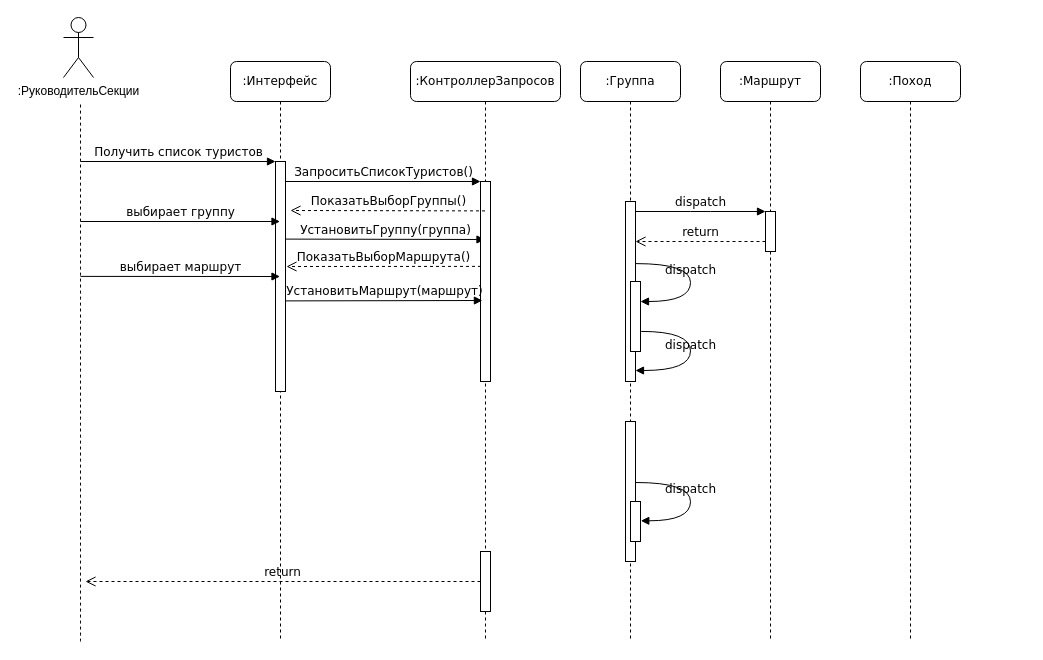
Above: ais/lab06/lab06.drawio in grigorijtomczuk/suai (draw.io), before the change. Source tidied: cells renumbered, new cells numbered last; positions are measured from the earlier drawing's top-left corner, leaving out a move shared by most shapes. Both pictures are drawn from the tidied source at 100%, with x=0, y=0 at pixel (63, 17).
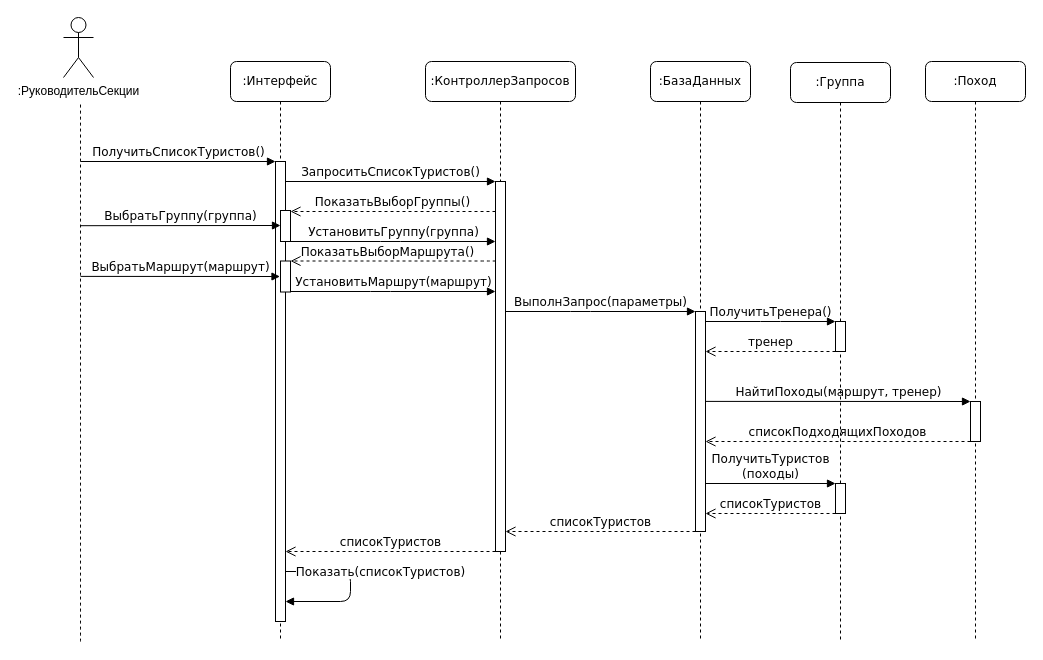
The same diagram, later.

The change refers to these unchanged cells:
```xml
<mxCell id="2" value=":Интерфейс" style="shape=umlLifeline;perimeter=lifelinePerimeter;whiteSpace=wrap;html=1;rounded=1;shadow=0;comic=0;labelBackgroundColor=none;strokeWidth=1;fontFamily=Verdana;fontSize=12;align=center;" parent="1" vertex="1">
  <mxGeometry x="167" y="44" width="100" height="580" as="geometry" />
</mxCell>
```

Change to the diagram source:
```diff
@@
     <mxCell id="3" style="html=1;points=[];perimeter=orthogonalPerimeter;rounded=0;shadow=0;comic=0;labelBackgroundColor=none;strokeWidth=1;fontFamily=Verdana;fontSize=12;align=center;" parent="2" vertex="1">
-      <mxGeometry x="45" y="100" width="10" height="230" as="geometry" />
+      <mxGeometry x="45" y="100" width="10" height="460" as="geometry" />
     </mxCell>
-    <mxCell id="4" value="УстановитьГруппу(группа)" style="html=1;verticalAlign=bottom;endArrow=block;labelBackgroundColor=none;fontFamily=Verdana;fontSize=12;edgeStyle=elbowEdgeStyle;elbow=vertical;" parent="2" edge="1">
-      <mxGeometry relative="1" as="geometry">
-        <mxPoint x="55" y="177.6" as="sourcePoint" />
-        <mxPoint x="254.5" y="177.8" as="targetPoint" />
-      </mxGeometry>
-    </mxCell>
+    <mxCell id="31" style="html=1;points=[];perimeter=orthogonalPerimeter;rounded=0;shadow=0;comic=0;labelBackgroundColor=none;strokeWidth=1;fontFamily=Verdana;fontSize=12;align=center;" parent="2" vertex="1">
+      <mxGeometry x="50" y="149" width="10" height="31" as="geometry" />
+    </mxCell>
+    <mxCell id="32" style="html=1;points=[];perimeter=orthogonalPerimeter;rounded=0;shadow=0;comic=0;labelBackgroundColor=none;strokeWidth=1;fontFamily=Verdana;fontSize=12;align=center;" parent="2" vertex="1">
+      <mxGeometry x="50" y="199.5" width="10" height="31" as="geometry" />
+    </mxCell>
+    <mxCell id="30" value="ПоказатьВыборМаршрута()" style="html=1;verticalAlign=bottom;endArrow=open;dashed=1;endSize=8;labelBackgroundColor=none;fontFamily=Verdana;fontSize=12;edgeStyle=elbowEdgeStyle;elbow=vertical;" parent="2" edge="1" source="6">
+      <mxGeometry x="0.05" relative="1" as="geometry">
+        <mxPoint x="60" y="199.5" as="targetPoint" />
+        <Array as="points">
+          <mxPoint x="260" y="199.5" />
+        </Array>
+      </mxGeometry>
+    </mxCell>
+    <mxCell id="26" value="ВыбратьГруппу(группа)" style="html=1;verticalAlign=bottom;endArrow=block;labelBackgroundColor=none;fontFamily=Verdana;fontSize=12;edgeStyle=elbowEdgeStyle;elbow=vertical;" parent="2" edge="1">
+      <mxGeometry relative="1" as="geometry">
+        <mxPoint x="-149.5" y="164.2" as="sourcePoint" />
+        <mxPoint x="50" y="164.4" as="targetPoint" />
+      </mxGeometry>
+    </mxCell>
     <mxCell id="5" value=":КонтроллерЗапросов" style="shape=umlLifeline;perimeter=lifelinePerimeter;whiteSpace=wrap;html=1;rounded=1;shadow=0;comic=0;labelBackgroundColor=none;strokeWidth=1;fontFamily=Verdana;fontSize=12;align=center;" parent="1" vertex="1">
-      <mxGeometry x="347" y="44" width="150" height="580" as="geometry" />
+      <mxGeometry x="362" y="44" width="150" height="580" as="geometry" />
     </mxCell>
     <mxCell id="6" style="html=1;points=[];perimeter=orthogonalPerimeter;rounded=0;shadow=0;comic=0;labelBackgroundColor=none;strokeWidth=1;fontFamily=Verdana;fontSize=12;align=center;" parent="5" vertex="1">
-      <mxGeometry x="70" y="120" width="10" height="200" as="geometry" />
+      <mxGeometry x="70" y="120" width="10" height="370" as="geometry" />
     </mxCell>
-    <mxCell id="7" style="html=1;points=[];perimeter=orthogonalPerimeter;rounded=0;shadow=0;comic=0;labelBackgroundColor=none;strokeWidth=1;fontFamily=Verdana;fontSize=12;align=center;" parent="5" vertex="1">
-      <mxGeometry x="70" y="490" width="10" height="60" as="geometry" />
-    </mxCell>
+    <mxCell id="16" value="списокТуристов" style="html=1;verticalAlign=bottom;endArrow=open;dashed=1;endSize=8;labelBackgroundColor=none;fontFamily=Verdana;fontSize=12;edgeStyle=elbowEdgeStyle;elbow=vertical;" parent="5" edge="1">
+      <mxGeometry relative="1" as="geometry">
+        <mxPoint x="70" y="490" as="sourcePoint" />
+        <mxPoint x="-140" y="490" as="targetPoint" />
+        <Array as="points">
+          <mxPoint x="-85" y="490" />
+        </Array>
+      </mxGeometry>
+    </mxCell>
     <mxCell id="8" value=":Группа" style="shape=umlLifeline;perimeter=lifelinePerimeter;whiteSpace=wrap;html=1;rounded=1;shadow=0;comic=0;labelBackgroundColor=none;strokeWidth=1;fontFamily=Verdana;fontSize=12;align=center;" parent="1" vertex="1">
-      <mxGeometry x="517" y="44" width="100" height="580" as="geometry" />
+      <mxGeometry x="727" y="45" width="100" height="580" as="geometry" />
     </mxCell>
-    <mxCell id="9" value=":Маршрут" style="shape=umlLifeline;perimeter=lifelinePerimeter;whiteSpace=wrap;html=1;rounded=1;shadow=0;comic=0;labelBackgroundColor=none;strokeWidth=1;fontFamily=Verdana;fontSize=12;align=center;" parent="1" vertex="1">
-      <mxGeometry x="657" y="44" width="100" height="580" as="geometry" />
-    </mxCell>
+    <mxCell id="33" style="html=1;points=[];perimeter=orthogonalPerimeter;rounded=0;shadow=0;comic=0;labelBackgroundColor=none;strokeWidth=1;fontFamily=Verdana;fontSize=12;align=center;" parent="8" vertex="1">
+      <mxGeometry x="45" y="421" width="10" height="30" as="geometry" />
+    </mxCell>
+    <mxCell id="34" value="списокТуристов" style="html=1;verticalAlign=bottom;endArrow=open;dashed=1;endSize=8;labelBackgroundColor=none;fontFamily=Verdana;fontSize=12;elbow=vertical;" parent="8" edge="1">
+      <mxGeometry relative="1" as="geometry">
+        <mxPoint x="45" y="451" as="sourcePoint" />
+        <mxPoint x="-85" y="451" as="targetPoint" />
+      </mxGeometry>
+    </mxCell>
     <mxCell id="10" value=":Поход" style="shape=umlLifeline;perimeter=lifelinePerimeter;whiteSpace=wrap;html=1;rounded=1;shadow=0;comic=0;labelBackgroundColor=none;strokeWidth=1;fontFamily=Verdana;fontSize=12;align=center;" parent="1" vertex="1">
-      <mxGeometry x="797" y="44" width="100" height="580" as="geometry" />
+      <mxGeometry x="862" y="44" width="100" height="580" as="geometry" />
     </mxCell>
+    <mxCell id="35" style="html=1;points=[];perimeter=orthogonalPerimeter;rounded=0;shadow=0;comic=0;labelBackgroundColor=none;strokeWidth=1;fontFamily=Verdana;fontSize=12;align=center;" parent="10" vertex="1">
+      <mxGeometry x="45" y="340" width="10" height="40" as="geometry" />
+    </mxCell>
+    <mxCell id="17" value="ПолучитьСписокТуристов()" style="html=1;verticalAlign=bottom;endArrow=block;entryX=0;entryY=0;labelBackgroundColor=none;fontFamily=Verdana;fontSize=12;edgeStyle=elbowEdgeStyle;elbow=vertical;" parent="1" edge="1" target="3">
+      <mxGeometry relative="1" as="geometry">
+        <mxPoint x="17" y="144" as="sourcePoint" />
+      </mxGeometry>
+    </mxCell>
+    <mxCell id="18" value="ЗапроситьСписокТуристов()" style="html=1;verticalAlign=bottom;endArrow=block;entryX=0;entryY=0;labelBackgroundColor=none;fontFamily=Verdana;fontSize=12;edgeStyle=elbowEdgeStyle;elbow=vertical;" parent="1" edge="1" source="3" target="6">
+      <mxGeometry relative="1" as="geometry" />
+    </mxCell>
+    <mxCell id="24" value=":РуководительСекции" style="shape=umlActor;verticalLabelPosition=bottom;verticalAlign=top;html=1;" parent="1" vertex="1">
+      <mxGeometry width="30" height="60" as="geometry" />
+    </mxCell>
+    <mxCell id="25" style="endArrow=none;dashed=1;html=1;rounded=0;fontSize=12;startSize=8;endSize=8;curved=1;" parent="1" edge="1">
+      <mxGeometry relative="1" as="geometry">
+        <mxPoint x="17" y="624" as="sourcePoint" />
+        <mxPoint x="17" y="84" as="targetPoint" />
+      </mxGeometry>
+    </mxCell>
+    <mxCell id="27" value="ВыбратьМаршрут(маршрут)" style="html=1;verticalAlign=bottom;endArrow=block;labelBackgroundColor=none;fontFamily=Verdana;fontSize=12;edgeStyle=elbowEdgeStyle;elbow=vertical;" parent="1" edge="1">
+      <mxGeometry relative="1" as="geometry">
+        <mxPoint x="17" y="258.9" as="sourcePoint" />
+        <mxPoint x="216.5" y="258.8" as="targetPoint" />
+      </mxGeometry>
+    </mxCell>
+    <mxCell id="28" value="УстановитьМаршрут(маршрут)" style="html=1;verticalAlign=bottom;endArrow=block;labelBackgroundColor=none;fontFamily=Verdana;fontSize=12;edgeStyle=elbowEdgeStyle;elbow=vertical;" parent="1" edge="1" source="32" target="6">
+      <mxGeometry relative="1" as="geometry">
+        <Array as="points">
+          <mxPoint x="317" y="274" />
+        </Array>
+      </mxGeometry>
+    </mxCell>
+    <mxCell id="29" value="ПоказатьВыборГруппы()" style="html=1;verticalAlign=bottom;endArrow=open;dashed=1;endSize=8;labelBackgroundColor=none;fontFamily=Verdana;fontSize=12;edgeStyle=elbowEdgeStyle;elbow=vertical;" parent="1" edge="1" source="6" target="31">
+      <mxGeometry relative="1" as="geometry">
+        <Array as="points">
+          <mxPoint x="317" y="194" />
+        </Array>
+      </mxGeometry>
+    </mxCell>
+    <mxCell id="36" value=":БазаДанных" style="shape=umlLifeline;perimeter=lifelinePerimeter;whiteSpace=wrap;html=1;rounded=1;shadow=0;comic=0;labelBackgroundColor=none;strokeWidth=1;fontFamily=Verdana;fontSize=12;align=center;" parent="1" vertex="1">
+      <mxGeometry x="587" y="44" width="100" height="580" as="geometry" />
+    </mxCell>
+    <mxCell id="4" value="УстановитьГруппу(группа)" style="html=1;verticalAlign=bottom;endArrow=block;labelBackgroundColor=none;fontFamily=Verdana;fontSize=12;edgeStyle=elbowEdgeStyle;elbow=vertical;" parent="1" edge="1" source="31" target="6">
+      <mxGeometry relative="1" as="geometry">
+        <Array as="points">
+          <mxPoint x="327" y="224" />
+        </Array>
+      </mxGeometry>
+    </mxCell>
     <mxCell id="11" style="html=1;points=[];perimeter=orthogonalPerimeter;rounded=0;shadow=0;comic=0;labelBackgroundColor=none;strokeWidth=1;fontFamily=Verdana;fontSize=12;align=center;" parent="1" vertex="1">
-      <mxGeometry x="562" y="184" width="10" height="180" as="geometry" />
+      <mxGeometry x="632" y="294" width="10" height="220" as="geometry" />
     </mxCell>
     <mxCell id="12" style="html=1;points=[];perimeter=orthogonalPerimeter;rounded=0;shadow=0;comic=0;labelBackgroundColor=none;strokeWidth=1;fontFamily=Verdana;fontSize=12;align=center;" parent="1" vertex="1">
-      <mxGeometry x="702" y="194" width="10" height="40" as="geometry" />
+      <mxGeometry x="772" y="304" width="10" height="30" as="geometry" />
     </mxCell>
-    <mxCell id="13" value="dispatch" style="html=1;verticalAlign=bottom;endArrow=block;entryX=0;entryY=0;labelBackgroundColor=none;fontFamily=Verdana;fontSize=12;edgeStyle=elbowEdgeStyle;elbow=vertical;" parent="1" edge="1" source="11" target="12">
+    <mxCell id="13" value="ПолучитьТренера()" style="html=1;verticalAlign=bottom;endArrow=block;entryX=0;entryY=0;labelBackgroundColor=none;fontFamily=Verdana;fontSize=12;edgeStyle=elbowEdgeStyle;elbow=vertical;" parent="1" edge="1" source="11" target="12">
       <mxGeometry relative="1" as="geometry" />
     </mxCell>
-    <mxCell id="14" value="return" style="html=1;verticalAlign=bottom;endArrow=open;dashed=1;endSize=8;labelBackgroundColor=none;fontFamily=Verdana;fontSize=12;edgeStyle=elbowEdgeStyle;elbow=vertical;" parent="1" edge="1" source="12" target="11">
+    <mxCell id="14" value="тренер" style="html=1;verticalAlign=bottom;endArrow=open;dashed=1;endSize=8;labelBackgroundColor=none;fontFamily=Verdana;fontSize=12;edgeStyle=elbowEdgeStyle;elbow=vertical;" parent="1" edge="1" source="12" target="11">
       <mxGeometry relative="1" as="geometry">
         <Array as="points">
-          <mxPoint x="647" y="224" />
-          <mxPoint x="677" y="224" />
+          <mxPoint x="717" y="334" />
+          <mxPoint x="747" y="334" />
         </Array>
       </mxGeometry>
     </mxCell>
-    <mxCell id="15" style="html=1;perimeter=orthogonalPerimeter;rounded=0;shadow=0;comic=0;labelBackgroundColor=none;strokeWidth=1;fontFamily=Verdana;fontSize=12;align=center;" parent="1" vertex="1">
-      <mxGeometry x="562" y="404" width="10" height="140" as="geometry" />
-    </mxCell>
-    <mxCell id="16" value="return" style="html=1;verticalAlign=bottom;endArrow=open;dashed=1;endSize=8;labelBackgroundColor=none;fontFamily=Verdana;fontSize=12;edgeStyle=elbowEdgeStyle;elbow=vertical;" parent="1" edge="1" source="7">
-      <mxGeometry relative="1" as="geometry">
-        <mxPoint x="22" y="564" as="targetPoint" />
-      </mxGeometry>
-    </mxCell>
-    <mxCell id="17" value="Получить список туристов" style="html=1;verticalAlign=bottom;endArrow=block;entryX=0;entryY=0;labelBackgroundColor=none;fontFamily=Verdana;fontSize=12;edgeStyle=elbowEdgeStyle;elbow=vertical;" parent="1" edge="1" target="3">
-      <mxGeometry relative="1" as="geometry">
-        <mxPoint x="17" y="144" as="sourcePoint" />
-      </mxGeometry>
-    </mxCell>
-    <mxCell id="18" value="ЗапроситьСписокТуристов()" style="html=1;verticalAlign=bottom;endArrow=block;entryX=0;entryY=0;labelBackgroundColor=none;fontFamily=Verdana;fontSize=12;edgeStyle=elbowEdgeStyle;elbow=vertical;" parent="1" edge="1" source="3" target="6">
-      <mxGeometry relative="1" as="geometry" />
-    </mxCell>
-    <mxCell id="19" style="html=1;points=[];perimeter=orthogonalPerimeter;rounded=0;shadow=0;comic=0;labelBackgroundColor=none;strokeWidth=1;fontFamily=Verdana;fontSize=12;align=center;" parent="1" vertex="1">
-      <mxGeometry x="567" y="264" width="10" height="70" as="geometry" />
-    </mxCell>
-    <mxCell id="20" value="dispatch" style="html=1;verticalAlign=bottom;endArrow=block;labelBackgroundColor=none;fontFamily=Verdana;fontSize=12;elbow=vertical;edgeStyle=orthogonalEdgeStyle;curved=1;entryX=1;entryY=0.286;entryPerimeter=0;exitX=1.038;exitY=0.345;exitPerimeter=0;" parent="1" edge="1" source="11" target="19">
-      <mxGeometry relative="1" as="geometry">
-        <Array as="points">
-          <mxPoint x="627" y="246" />
-          <mxPoint x="627" y="284" />
-        </Array>
-      </mxGeometry>
-    </mxCell>
-    <mxCell id="21" value="dispatch" style="html=1;verticalAlign=bottom;endArrow=block;labelBackgroundColor=none;fontFamily=Verdana;fontSize=12;elbow=vertical;edgeStyle=orthogonalEdgeStyle;curved=1;exitX=1.066;exitY=0.713;exitPerimeter=0;" parent="1" edge="1" source="19">
-      <mxGeometry relative="1" as="geometry">
-        <mxPoint x="572" y="353" as="targetPoint" />
-        <Array as="points">
-          <mxPoint x="627" y="314" />
-          <mxPoint x="627" y="353" />
-        </Array>
-      </mxGeometry>
-    </mxCell>
-    <mxCell id="22" style="html=1;perimeter=orthogonalPerimeter;rounded=0;shadow=0;comic=0;labelBackgroundColor=none;strokeWidth=1;fontFamily=Verdana;fontSize=12;align=center;" parent="1" vertex="1">
-      <mxGeometry x="567" y="484" width="10" height="40" as="geometry" />
-    </mxCell>
-    <mxCell id="23" value="dispatch" style="html=1;verticalAlign=bottom;endArrow=block;labelBackgroundColor=none;fontFamily=Verdana;fontSize=12;elbow=vertical;edgeStyle=orthogonalEdgeStyle;curved=1;entryX=1;entryY=0.286;entryPerimeter=0;exitX=1.038;exitY=0.345;exitPerimeter=0;" parent="1" edge="1">
-      <mxGeometry relative="1" as="geometry">
-        <mxPoint x="572.3" y="465" as="sourcePoint" />
-        <mxPoint x="577.3" y="503.3" as="targetPoint" />
-        <Array as="points">
-          <mxPoint x="627" y="465" />
-          <mxPoint x="627" y="503" />
-        </Array>
-      </mxGeometry>
-    </mxCell>
-    <mxCell id="24" value=":РуководительСекции" style="shape=umlActor;verticalLabelPosition=bottom;verticalAlign=top;html=1;" parent="1" vertex="1">
-      <mxGeometry width="30" height="60" as="geometry" />
-    </mxCell>
-    <mxCell id="25" style="endArrow=none;dashed=1;html=1;rounded=0;fontSize=12;startSize=8;endSize=8;curved=1;" parent="1" edge="1">
-      <mxGeometry relative="1" as="geometry">
-        <mxPoint x="17" y="624" as="sourcePoint" />
-        <mxPoint x="17" y="84" as="targetPoint" />
-      </mxGeometry>
-    </mxCell>
-    <mxCell id="26" value="выбирает группу" style="html=1;verticalAlign=bottom;endArrow=block;labelBackgroundColor=none;fontFamily=Verdana;fontSize=12;edgeStyle=elbowEdgeStyle;elbow=vertical;" parent="1" edge="1">
-      <mxGeometry relative="1" as="geometry">
-        <mxPoint x="17" y="204" as="sourcePoint" />
-        <mxPoint x="216.5" y="204.3" as="targetPoint" />
-      </mxGeometry>
-    </mxCell>
-    <mxCell id="27" value="выбирает маршрут" style="html=1;verticalAlign=bottom;endArrow=block;labelBackgroundColor=none;fontFamily=Verdana;fontSize=12;edgeStyle=elbowEdgeStyle;elbow=vertical;" parent="1" edge="1">
-      <mxGeometry relative="1" as="geometry">
-        <mxPoint x="17" y="258.9" as="sourcePoint" />
-        <mxPoint x="216.5" y="258.8" as="targetPoint" />
-      </mxGeometry>
-    </mxCell>
-    <mxCell id="28" value="УстановитьМаршрут(маршрут)" style="html=1;verticalAlign=bottom;endArrow=block;entryX=0.187;entryY=0.795;labelBackgroundColor=none;fontFamily=Verdana;fontSize=12;edgeStyle=elbowEdgeStyle;elbow=vertical;entryDx=0;entryDy=0;entryPerimeter=0;" parent="1" edge="1">
-      <mxGeometry relative="1" as="geometry">
-        <mxPoint x="222" y="283.4" as="sourcePoint" />
-        <mxPoint x="418.9" y="283" as="targetPoint" />
-      </mxGeometry>
-    </mxCell>
-    <mxCell id="29" value="ПоказатьВыборГруппы()" style="html=1;verticalAlign=bottom;endArrow=open;dashed=1;endSize=8;labelBackgroundColor=none;fontFamily=Verdana;fontSize=12;edgeStyle=elbowEdgeStyle;elbow=vertical;" parent="1" edge="1">
-      <mxGeometry relative="1" as="geometry">
-        <mxPoint x="421.5" y="193.4" as="sourcePoint" />
-        <mxPoint x="227" y="193" as="targetPoint" />
-      </mxGeometry>
-    </mxCell>
-    <mxCell id="30" value="ПоказатьВыборМаршрута()" style="html=1;verticalAlign=bottom;endArrow=open;dashed=1;endSize=8;labelBackgroundColor=none;fontFamily=Verdana;fontSize=12;edgeStyle=elbowEdgeStyle;elbow=vertical;" parent="1" edge="1">
-      <mxGeometry relative="1" as="geometry">
-        <mxPoint x="417.5" y="248.9" as="sourcePoint" />
-        <mxPoint x="223" y="248.6" as="targetPoint" />
-      </mxGeometry>
-    </mxCell>
+    <mxCell id="37" value="НайтиПоходы(маршрут, тренер)" style="html=1;verticalAlign=bottom;endArrow=block;labelBackgroundColor=none;fontFamily=Verdana;fontSize=12;edgeStyle=elbowEdgeStyle;elbow=vertical;" parent="1" edge="1" target="35">
+      <mxGeometry relative="1" as="geometry">
+        <mxPoint x="642" y="383.9" as="sourcePoint" />
+      </mxGeometry>
+    </mxCell>
+    <mxCell id="38" value="списокПодходящихПоходов" style="html=1;verticalAlign=bottom;endArrow=open;dashed=1;endSize=8;labelBackgroundColor=none;fontFamily=Verdana;fontSize=12;edgeStyle=elbowEdgeStyle;elbow=vertical;" parent="1" edge="1" source="35" target="11">
+      <mxGeometry relative="1" as="geometry">
+        <Array as="points">
+          <mxPoint x="827" y="424" />
+          <mxPoint x="857" y="424" />
+        </Array>
+      </mxGeometry>
+    </mxCell>
+    <mxCell id="39" value="ВыполнЗапрос(параметры)" style="html=1;verticalAlign=bottom;endArrow=block;labelBackgroundColor=none;fontFamily=Verdana;fontSize=12;edgeStyle=elbowEdgeStyle;elbow=vertical;" parent="1" edge="1" source="6" target="11">
+      <mxGeometry relative="1" as="geometry">
+        <Array as="points">
+          <mxPoint x="517" y="294" />
+          <mxPoint x="537" y="314" />
+        </Array>
+      </mxGeometry>
+    </mxCell>
+    <mxCell id="40" value="списокТуристов" style="html=1;verticalAlign=bottom;endArrow=open;dashed=1;endSize=8;labelBackgroundColor=none;fontFamily=Verdana;fontSize=12;edgeStyle=elbowEdgeStyle;elbow=vertical;" parent="1" edge="1" source="11" target="6">
+      <mxGeometry relative="1" as="geometry">
+        <Array as="points">
+          <mxPoint x="577" y="514" />
+          <mxPoint x="607" y="514" />
+        </Array>
+      </mxGeometry>
+    </mxCell>
+    <mxCell id="41" value="&lt;span style=&quot;background-color: rgb(255, 255, 255);&quot;&gt;Показать(списокТуристов&lt;/span&gt;&lt;span style=&quot;background-color: rgb(255, 255, 255);&quot;&gt;)&lt;/span&gt;" style="html=1;verticalAlign=bottom;endArrow=block;labelBackgroundColor=none;fontFamily=Verdana;fontSize=12;edgeStyle=elbowEdgeStyle;" parent="1" edge="1" source="3">
+      <mxGeometry x="-0.06" y="30" relative="1" as="geometry">
+        <mxPoint x="222" y="584" as="targetPoint" />
+        <Array as="points">
+          <mxPoint x="287" y="554" />
+        </Array>
+      </mxGeometry>
+    </mxCell>
+    <mxCell id="42" value="&lt;span style=&quot;background-color: light-dark(#ffffff, var(--ge-dark-color, #121212));&quot;&gt;ПолучитьТуристов&lt;/span&gt;&lt;div&gt;&lt;span style=&quot;background-color: light-dark(#ffffff, var(--ge-dark-color, #121212));&quot;&gt;(походы)&lt;/span&gt;&lt;/div&gt;" style="html=1;verticalAlign=bottom;endArrow=block;labelBackgroundColor=none;fontFamily=Verdana;fontSize=12;" parent="1" edge="1" target="33">
+      <mxGeometry relative="1" as="geometry">
+        <mxPoint x="642" y="466" as="sourcePoint" />
+      </mxGeometry>
+    </mxCell>
```
